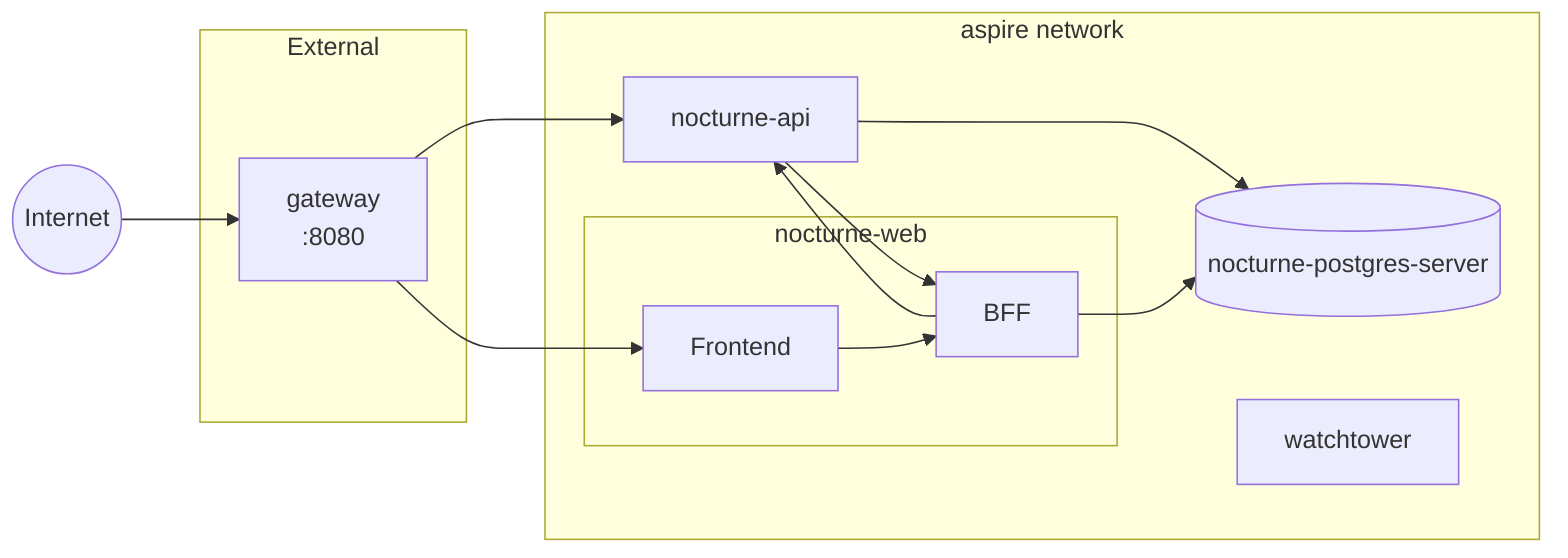
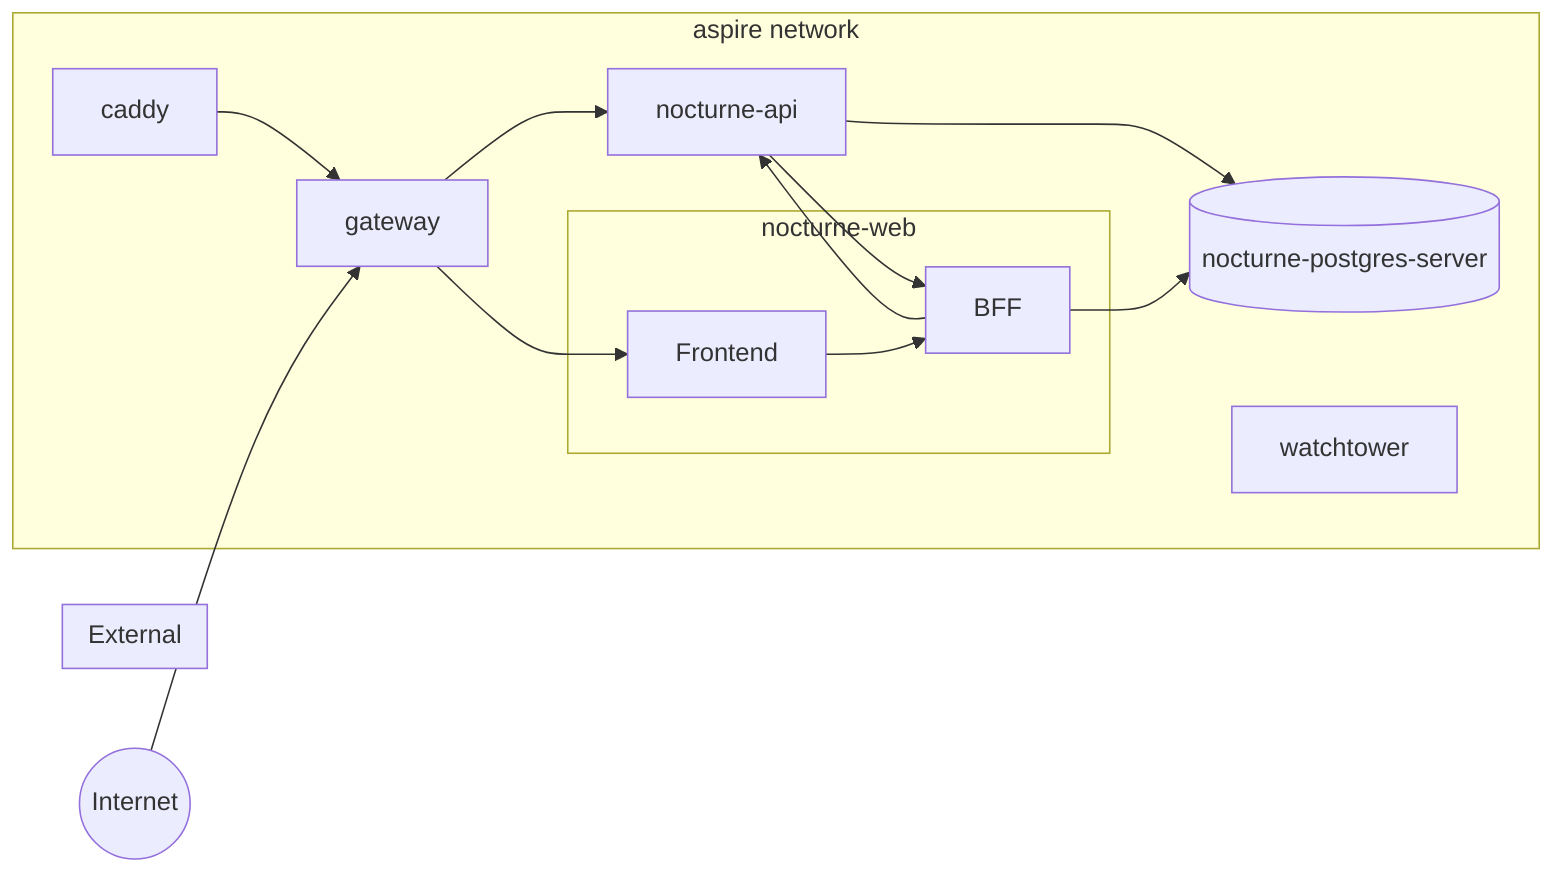
flowchart LR

    Internet((Internet))

    subgraph ext["External"]
-         gateway["gateway\n:8080"]
    end

    subgraph net["aspire network"]
        nocturne_postgres_server[("nocturne-postgres-server")]
        nocturne_api["nocturne-api"]
        subgraph nocturne_web_group["nocturne-web"]
            nocturne_web_frontend["Frontend"]
            nocturne_web_bff["BFF"]
        end
+         gateway["gateway"]
+         caddy["caddy"]
        watchtower["watchtower"]
    end

    Internet --> gateway
    nocturne_api --> nocturne_postgres_server
    nocturne_api --> nocturne_web_bff
    nocturne_web_bff --> nocturne_api
    nocturne_web_bff --> nocturne_postgres_server
    gateway --> nocturne_api
    gateway --> nocturne_web_frontend
+     caddy --> gateway
    nocturne_web_frontend --> nocturne_web_bff